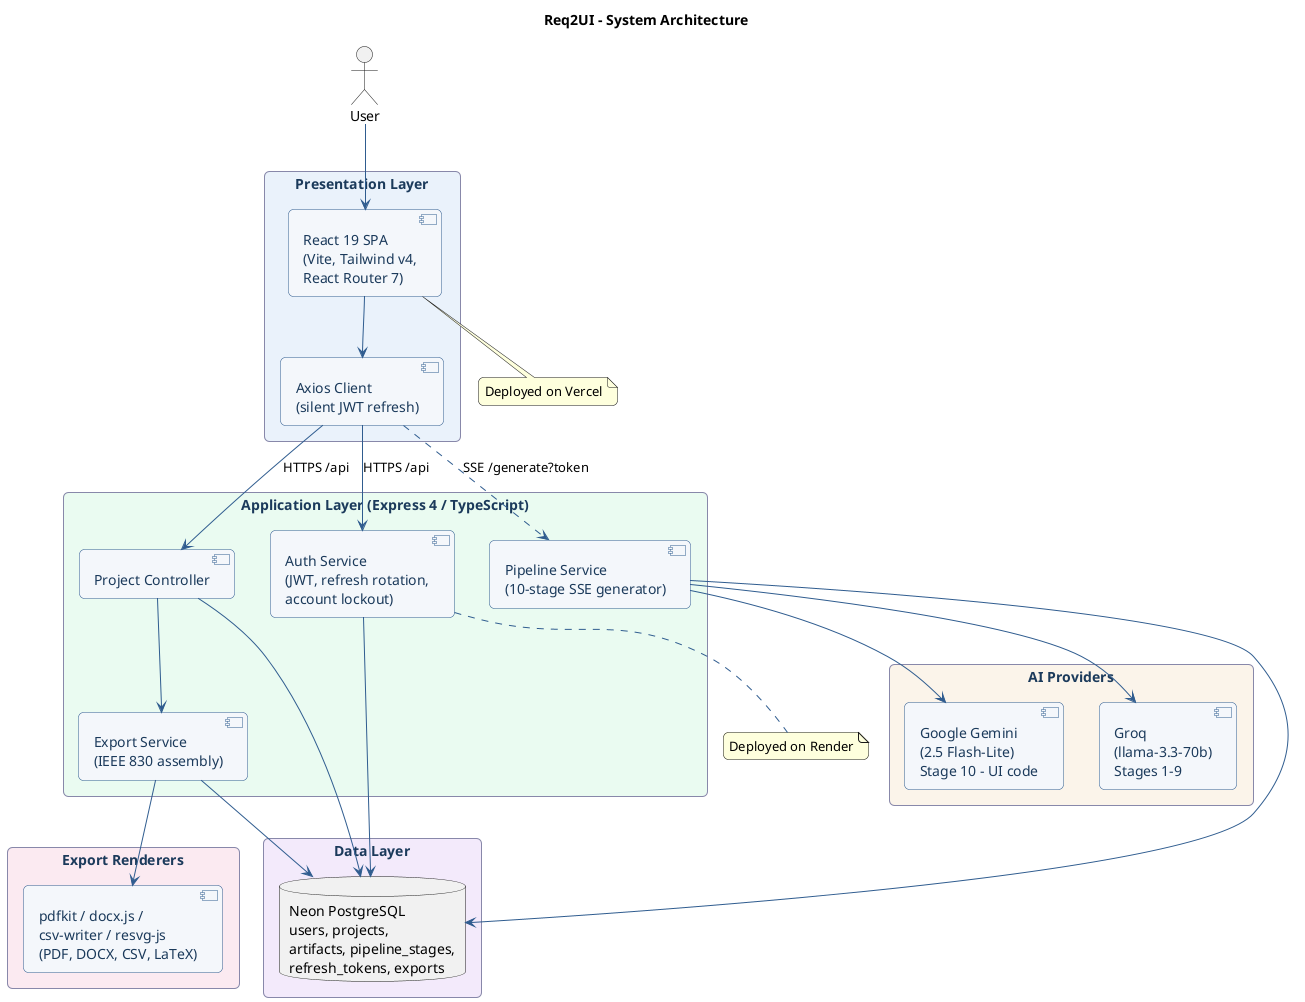
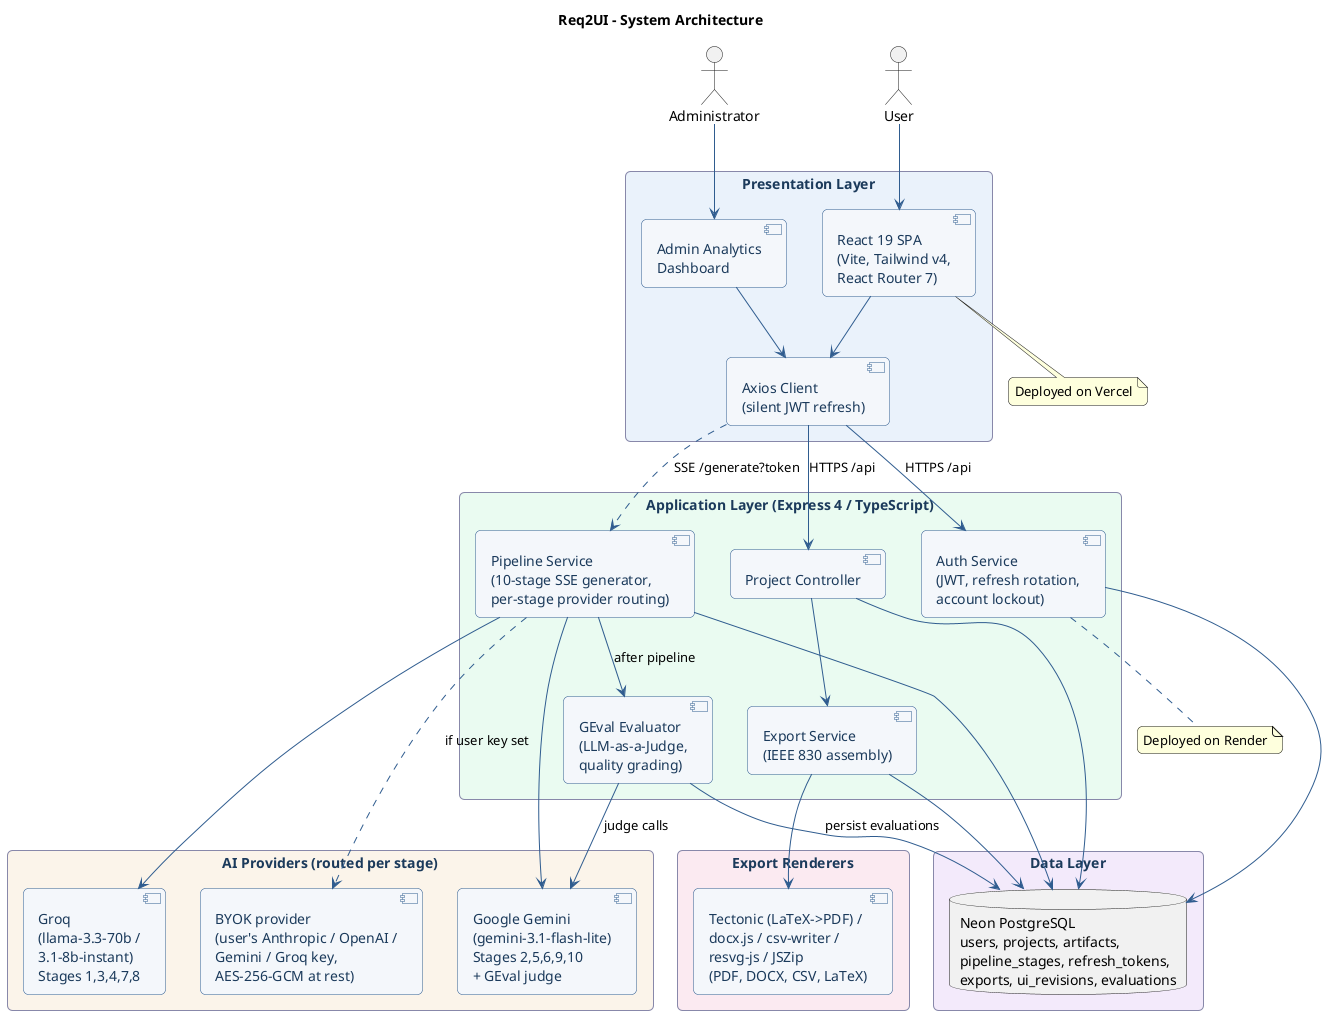
@startuml architecture
' Figure 1 - System Architecture (layered)
skinparam backgroundColor White
skinparam defaultFontName Helvetica
skinparam shadowing false
skinparam roundCorner 10
skinparam component {
  BackgroundColor #F4F7FB
  BorderColor #2F5C8F
  FontColor #1B3A5B
}
skinparam rectangle {
  BorderColor #88A
  FontColor #1B3A5B
}
skinparam ArrowColor #2F5C8F

title Req2UI - System Architecture

actor "User" as user
+ actor "Administrator" as admin

rectangle "Presentation Layer" #EAF2FB {
  component "React 19 SPA\n(Vite, Tailwind v4,\nReact Router 7)" as spa
+   component "Admin Analytics\nDashboard" as adminui
  component "Axios Client\n(silent JWT refresh)" as axios
}

rectangle "Application Layer (Express 4 / TypeScript)" #EAFBF1 {
  component "Auth Service\n(JWT, refresh rotation,\naccount lockout)" as auth
  component "Project Controller" as proj
-   component "Pipeline Service\n(10-stage SSE generator)" as pipe
+   component "Pipeline Service\n(10-stage SSE generator,\nper-stage provider routing)" as pipe
+   component "GEval Evaluator\n(LLM-as-a-Judge,\nquality grading)" as geval
  component "Export Service\n(IEEE 830 assembly)" as exp
}

- rectangle "AI Providers" #FBF4EA {
-   component "Groq\n(llama-3.3-70b)\nStages 1-9" as groq
-   component "Google Gemini\n(2.5 Flash-Lite)\nStage 10 - UI code" as gemini
+ rectangle "AI Providers (routed per stage)" #FBF4EA {
+   component "Groq\n(llama-3.3-70b /\n3.1-8b-instant)\nStages 1,3,4,7,8" as groq
+   component "Google Gemini\n(gemini-3.1-flash-lite)\nStages 2,5,6,9,10\n+ GEval judge" as gemini
+   component "BYOK provider\n(user's Anthropic / OpenAI /\nGemini / Groq key,\nAES-256-GCM at rest)" as byok
}

rectangle "Data Layer" #F3EAFB {
-   database "Neon PostgreSQL\nusers, projects,\nartifacts, pipeline_stages,\nrefresh_tokens, exports" as db
+   database "Neon PostgreSQL\nusers, projects, artifacts,\npipeline_stages, refresh_tokens,\nexports, ui_revisions, evaluations" as db
}

rectangle "Export Renderers" #FBEAF1 {
-   component "pdfkit / docx.js /\ncsv-writer / resvg-js\n(PDF, DOCX, CSV, LaTeX)" as render
+   component "Tectonic (LaTeX->PDF) /\ndocx.js / csv-writer /\nresvg-js / JSZip\n(PDF, DOCX, CSV, LaTeX)" as render
}

user --> spa
+ admin --> adminui
+ adminui --> axios
spa --> axios
axios --> auth : HTTPS /api
axios --> proj : HTTPS /api
axios ..> pipe : SSE /generate?token

auth --> db
proj --> db
pipe --> db
pipe --> groq
pipe --> gemini
+ pipe ..> byok : if user key set
+ pipe --> geval : after pipeline
+ geval --> gemini : judge calls
+ geval --> db : persist evaluations
proj --> exp
exp --> db
exp --> render

note bottom of spa
  Deployed on Vercel
end note
note bottom of auth
  Deployed on Render
end note
@enduml
